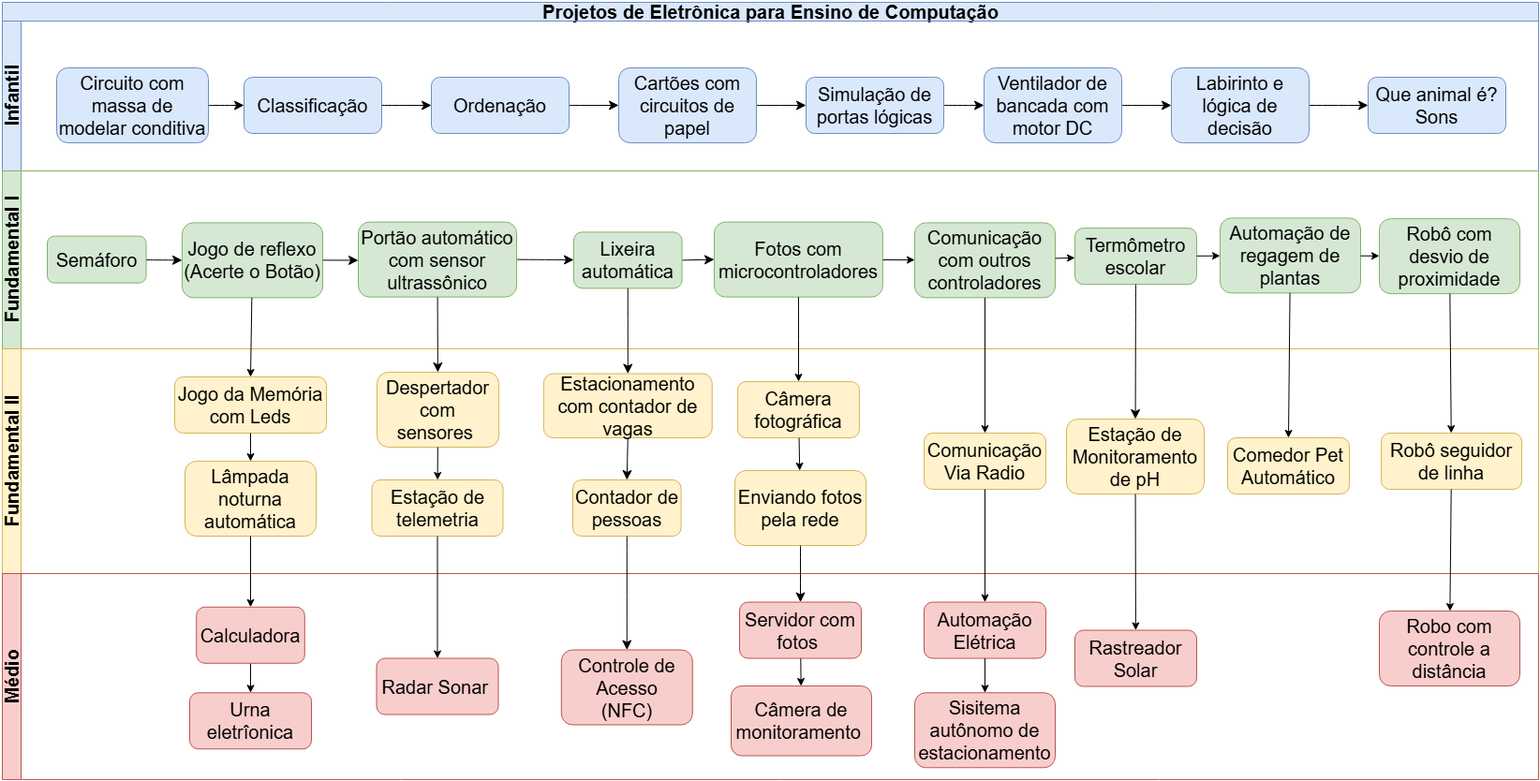
The draw.io diagram Projetos.png in Caduleal/ManualDidaticoComputacao, before a commit. Source tidied: cells renumbered, new cells last; positions are measured from the earlier drawing's top-left corner, leaving out a move shared by most shapes.
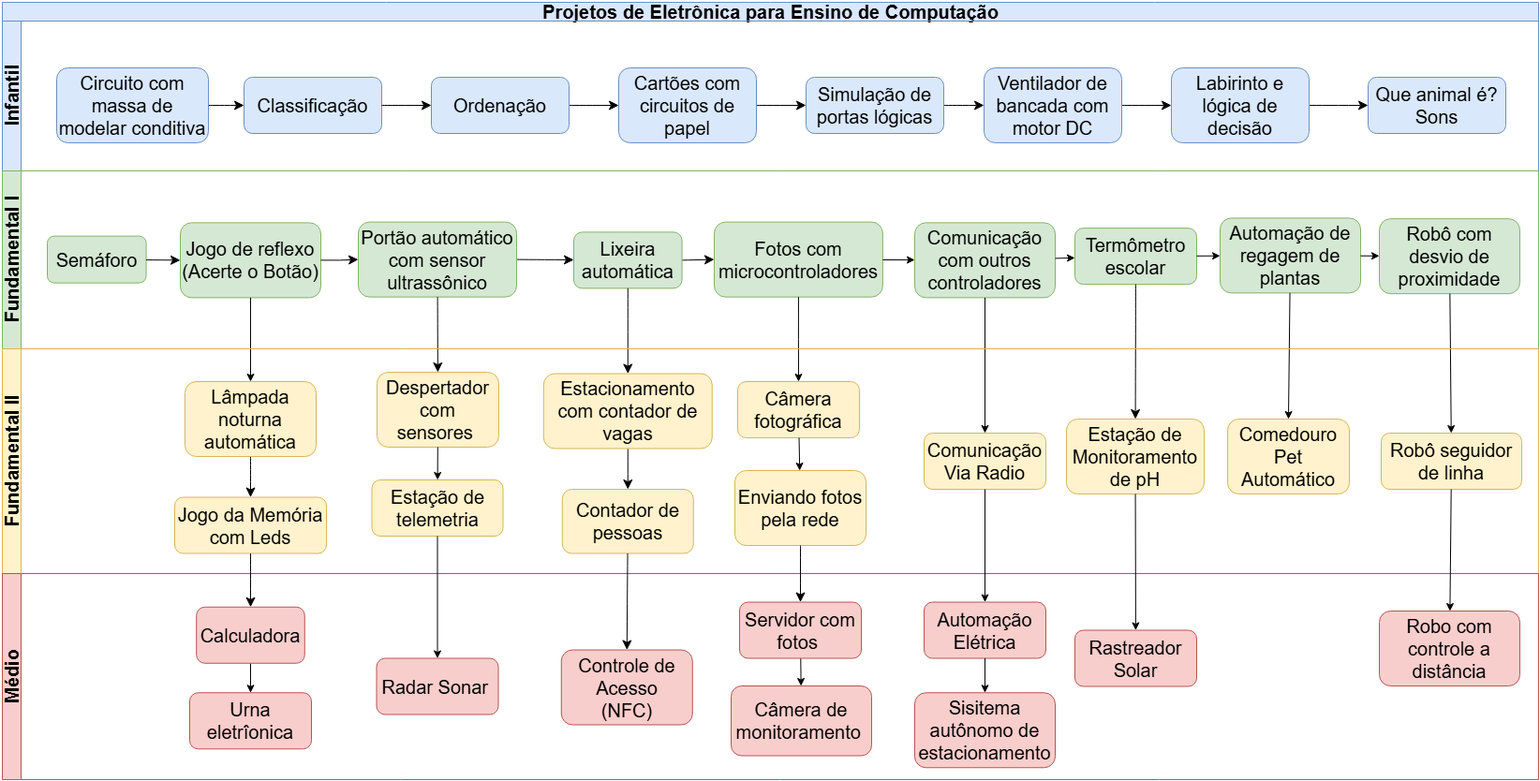
Above is the later version.

The edit, as a diff of the source:
```diff
@@ -75,7 +75,7 @@
       <mxGeometry relative="1" as="geometry" />
     </mxCell>
     <mxCell id="26" value="Jogo de reflexo&lt;br&gt;(Acerte o Botão)" style="rounded=1;whiteSpace=wrap;html=1;fontSize=20;fillColor=#d5e8d4;strokeColor=#82b366;" parent="19" vertex="1">
-      <mxGeometry x="192" y="55.4" width="150" height="80" as="geometry" />
+      <mxGeometry x="190" y="55.4" width="150" height="80" as="geometry" />
     </mxCell>
     <mxCell id="27" style="edgeStyle=none;curved=1;rounded=0;jettySize=auto;html=1;entryX=0;entryY=0.5;entryDx=0;entryDy=0;fontSize=20;startSize=8;endSize=8;" parent="19" edge="1" source="22" target="26">
       <mxGeometry relative="1" as="geometry" />
@@ -107,80 +107,80 @@
     <mxCell id="36" style="edgeStyle=none;rounded=0;jettySize=auto;html=1;fontSize=20;" parent="19" edge="1" source="33" target="29">
       <mxGeometry relative="1" as="geometry" />
     </mxCell>
-    <mxCell id="37" value="Fundamental II" style="swimlane;startSize=20;horizontal=0;html=1;fontSize=20;fillColor=#fff2cc;strokeColor=#d6b656;" parent="2" vertex="1">
-      <mxGeometry y="370" width="1640" height="240" as="geometry" />
+    <mxCell id="37" style="edgeStyle=none;rounded=0;jettySize=auto;html=1;entryX=0.5;entryY=0;entryDx=0;entryDy=0;fontSize=20;" parent="2" edge="1" source="26" target="48">
+      <mxGeometry relative="1" as="geometry" />
     </mxCell>
-    <mxCell id="38" value="Jogo da Memória com Leds" style="rounded=1;whiteSpace=wrap;html=1;fontSize=20;fillColor=#fff2cc;strokeColor=#d6b656;" parent="37" vertex="1">
-      <mxGeometry x="184" y="30" width="162" height="60" as="geometry" />
+    <mxCell id="38" style="edgeStyle=orthogonalEdgeStyle;rounded=0;jettySize=auto;html=1;exitX=0.5;exitY=1;exitDx=0;exitDy=0;fontSize=20;" parent="2" edge="1" source="34" target="50">
+      <mxGeometry relative="1" as="geometry" />
     </mxCell>
-    <mxCell id="39" value="Contador de pessoas" style="rounded=1;whiteSpace=wrap;html=1;fontSize=20;fillColor=#fff2cc;strokeColor=#d6b656;" parent="37" vertex="1">
-      <mxGeometry x="609" y="140" width="115.6" height="60" as="geometry" />
+    <mxCell id="39" style="edgeStyle=none;curved=1;rounded=0;jettySize=auto;html=1;fontSize=20;startSize=8;endSize=8;" parent="2" edge="1" source="32" target="53">
+      <mxGeometry relative="1" as="geometry" />
     </mxCell>
-    <mxCell id="40" value="Lâmpada noturna automática" style="rounded=1;whiteSpace=wrap;html=1;fontSize=20;fillColor=#fff2cc;strokeColor=#d6b656;" parent="37" vertex="1">
-      <mxGeometry x="195" y="120" width="140" height="80" as="geometry" />
+    <mxCell id="40" style="edgeStyle=none;curved=1;rounded=0;jettySize=auto;html=1;fontSize=20;startSize=8;endSize=8;" parent="2" edge="1" source="21" target="54">
+      <mxGeometry relative="1" as="geometry" />
     </mxCell>
-    <mxCell id="41" style="edgeStyle=none;rounded=0;jettySize=auto;html=1;exitX=0.5;exitY=1;exitDx=0;exitDy=0;fontSize=20;" parent="37" edge="1" source="38" target="40">
+    <mxCell id="41" style="edgeStyle=none;rounded=0;jettySize=auto;html=1;entryX=0.5;entryY=0;entryDx=0;entryDy=0;fontSize=20;" parent="2" edge="1" source="23" target="57">
       <mxGeometry relative="1" as="geometry" />
     </mxCell>
-    <mxCell id="42" value="Enviando fotos pela rede" style="rounded=1;whiteSpace=wrap;html=1;fontSize=20;fillColor=#fff2cc;strokeColor=#d6b656;" parent="37" vertex="1">
-      <mxGeometry x="782" y="130" width="140" height="80" as="geometry" />
+    <mxCell id="42" style="edgeStyle=none;rounded=0;jettySize=auto;html=1;fontSize=20;" parent="2" edge="1" source="24" target="58">
+      <mxGeometry relative="1" as="geometry" />
     </mxCell>
-    <mxCell id="43" value="Câmera fotográfica" style="rounded=1;whiteSpace=wrap;html=1;fontSize=20;fillColor=#fff2cc;strokeColor=#d6b656;" parent="37" vertex="1">
-      <mxGeometry x="785" y="35" width="130" height="60" as="geometry" />
+    <mxCell id="43" style="edgeStyle=none;curved=1;rounded=0;jettySize=auto;html=1;fontSize=20;startSize=8;endSize=8;" parent="2" edge="1" source="29" target="59">
+      <mxGeometry relative="1" as="geometry" />
     </mxCell>
-    <mxCell id="44" style="edgeStyle=none;rounded=0;jettySize=auto;html=1;fontSize=20;" parent="37" edge="1" source="43" target="42">
+    <mxCell id="44" style="edgeStyle=none;rounded=0;jettySize=auto;html=1;fontSize=20;" parent="2" edge="1" source="33" target="60">
       <mxGeometry relative="1" as="geometry" />
     </mxCell>
-    <mxCell id="45" style="edgeStyle=none;curved=1;rounded=0;jettySize=auto;html=1;exitX=0.5;exitY=1;exitDx=0;exitDy=0;entryX=0.5;entryY=0;entryDx=0;entryDy=0;fontSize=20;startSize=8;endSize=8;" parent="37" edge="1" source="46" target="39">
-      <mxGeometry relative="1" as="geometry" />
+    <mxCell id="45" value="Fundamental II" style="swimlane;startSize=20;horizontal=0;html=1;fontSize=20;fillColor=#fff2cc;strokeColor=#d6b656;" parent="2" vertex="1">
+      <mxGeometry y="370" width="1640" height="240" as="geometry" />
     </mxCell>
-    <mxCell id="46" value="Estacionamento com contador de vagas" style="rounded=1;whiteSpace=wrap;html=1;fontSize=20;fillColor=#fff2cc;strokeColor=#d6b656;" parent="37" vertex="1">
-      <mxGeometry x="577.8" y="26.5" width="179.9" height="68.5" as="geometry" />
+    <mxCell id="46" value="Contador de pessoas" style="rounded=1;whiteSpace=wrap;html=1;fontSize=20;fillColor=#fff2cc;strokeColor=#d6b656;" parent="45" vertex="1">
+      <mxGeometry x="597.8" y="150" width="140" height="68.5" as="geometry" />
     </mxCell>
-    <mxCell id="47" value="Despertador com sensores&amp;nbsp;" style="rounded=1;whiteSpace=wrap;html=1;fontSize=20;fillColor=#fff2cc;strokeColor=#d6b656;" parent="37" vertex="1">
-      <mxGeometry x="400" y="25" width="130" height="80" as="geometry" />
+    <mxCell id="47" style="edgeStyle=none;curved=1;rounded=0;curveGeometry=1;jettySize=auto;html=1;exitX=0.5;exitY=1;exitDx=0;exitDy=0;entryX=0.5;entryY=0;entryDx=0;entryDy=0;fontSize=12;startSize=8;endSize=8;" parent="45" edge="1" source="48" target="61">
+      <mxGeometry relative="1" as="geometry" />
     </mxCell>
-    <mxCell id="48" value="Estação de telemetria" style="rounded=1;whiteSpace=wrap;html=1;fontSize=20;fillColor=#fff2cc;strokeColor=#d6b656;" parent="37" vertex="1">
-      <mxGeometry x="394.5" y="140" width="140" height="60" as="geometry" />
+    <mxCell id="48" value="Lâmpada noturna automática" style="rounded=1;whiteSpace=wrap;html=1;fontSize=20;fillColor=#fff2cc;strokeColor=#d6b656;" parent="45" vertex="1">
+      <mxGeometry x="195" y="35" width="140" height="80" as="geometry" />
     </mxCell>
-    <mxCell id="49" style="edgeStyle=none;rounded=0;jettySize=auto;html=1;fontSize=20;" parent="37" edge="1" source="47" target="48">
-      <mxGeometry relative="1" as="geometry" />
+    <mxCell id="49" value="Enviando fotos pela rede" style="rounded=1;whiteSpace=wrap;html=1;fontSize=20;fillColor=#fff2cc;strokeColor=#d6b656;" parent="45" vertex="1">
+      <mxGeometry x="782" y="130" width="140" height="80" as="geometry" />
     </mxCell>
-    <mxCell id="50" value="Comedor Pet Automático" style="rounded=1;whiteSpace=wrap;html=1;fontSize=20;fillColor=#fff2cc;strokeColor=#d6b656;" parent="37" vertex="1">
-      <mxGeometry x="1308" y="95" width="130" height="60" as="geometry" />
+    <mxCell id="50" value="Câmera fotográfica" style="rounded=1;whiteSpace=wrap;html=1;fontSize=20;fillColor=#fff2cc;strokeColor=#d6b656;" parent="45" vertex="1">
+      <mxGeometry x="785" y="35" width="130" height="60" as="geometry" />
     </mxCell>
-    <mxCell id="51" value="Robô seguidor de linha" style="rounded=1;whiteSpace=wrap;html=1;fontSize=20;fillColor=#fff2cc;strokeColor=#d6b656;" parent="37" vertex="1">
-      <mxGeometry x="1472" y="90" width="150" height="60" as="geometry" />
+    <mxCell id="51" style="edgeStyle=none;rounded=0;jettySize=auto;html=1;fontSize=20;" parent="45" edge="1" source="50" target="49">
+      <mxGeometry relative="1" as="geometry" />
     </mxCell>
-    <mxCell id="52" value="Estação de Monitoramento de pH" style="rounded=1;whiteSpace=wrap;html=1;fontSize=20;fillColor=#fff2cc;strokeColor=#d6b656;" parent="37" vertex="1">
-      <mxGeometry x="1136" y="75" width="147" height="80" as="geometry" />
+    <mxCell id="52" style="edgeStyle=none;curved=1;rounded=0;jettySize=auto;html=1;exitX=0.5;exitY=1;exitDx=0;exitDy=0;entryX=0.5;entryY=0;entryDx=0;entryDy=0;fontSize=20;startSize=8;endSize=8;" parent="45" edge="1" source="53" target="46">
+      <mxGeometry relative="1" as="geometry" />
     </mxCell>
-    <mxCell id="53" value="Comunicação Via Radio" style="rounded=1;whiteSpace=wrap;html=1;fontSize=20;fillColor=#fff2cc;strokeColor=#d6b656;" parent="37" vertex="1">
-      <mxGeometry x="984" y="90" width="130" height="60" as="geometry" />
+    <mxCell id="53" value="Estacionamento com contador de vagas" style="rounded=1;whiteSpace=wrap;html=1;fontSize=20;fillColor=#fff2cc;strokeColor=#d6b656;" parent="45" vertex="1">
+      <mxGeometry x="577.8" y="26.5" width="179.9" height="80" as="geometry" />
     </mxCell>
-    <mxCell id="54" style="edgeStyle=none;rounded=0;jettySize=auto;html=1;entryX=0.5;entryY=0;entryDx=0;entryDy=0;fontSize=20;" parent="2" edge="1" source="26" target="38">
-      <mxGeometry relative="1" as="geometry" />
+    <mxCell id="54" value="Despertador com sensores&amp;nbsp;" style="rounded=1;whiteSpace=wrap;html=1;fontSize=20;fillColor=#fff2cc;strokeColor=#d6b656;" parent="45" vertex="1">
+      <mxGeometry x="400" y="25" width="130" height="80" as="geometry" />
     </mxCell>
-    <mxCell id="55" style="edgeStyle=orthogonalEdgeStyle;rounded=0;jettySize=auto;html=1;exitX=0.5;exitY=1;exitDx=0;exitDy=0;fontSize=20;" parent="2" edge="1" source="34" target="43">
-      <mxGeometry relative="1" as="geometry" />
+    <mxCell id="55" value="Estação de telemetria" style="rounded=1;whiteSpace=wrap;html=1;fontSize=20;fillColor=#fff2cc;strokeColor=#d6b656;" parent="45" vertex="1">
+      <mxGeometry x="394.5" y="140" width="140" height="60" as="geometry" />
     </mxCell>
-    <mxCell id="56" style="edgeStyle=none;curved=1;rounded=0;jettySize=auto;html=1;fontSize=20;startSize=8;endSize=8;" parent="2" edge="1" source="32" target="46">
+    <mxCell id="56" style="edgeStyle=none;rounded=0;jettySize=auto;html=1;fontSize=20;" parent="45" edge="1" source="54" target="55">
       <mxGeometry relative="1" as="geometry" />
     </mxCell>
-    <mxCell id="57" style="edgeStyle=none;curved=1;rounded=0;jettySize=auto;html=1;fontSize=20;startSize=8;endSize=8;" parent="2" edge="1" source="21" target="47">
-      <mxGeometry relative="1" as="geometry" />
+    <mxCell id="57" value="Comedouro Pet Automático" style="rounded=1;whiteSpace=wrap;html=1;fontSize=20;fillColor=#fff2cc;strokeColor=#d6b656;" parent="45" vertex="1">
+      <mxGeometry x="1308" y="75" width="130" height="80" as="geometry" />
     </mxCell>
-    <mxCell id="58" style="edgeStyle=none;rounded=0;jettySize=auto;html=1;entryX=0.5;entryY=0;entryDx=0;entryDy=0;fontSize=20;" parent="2" edge="1" source="23" target="50">
-      <mxGeometry relative="1" as="geometry" />
+    <mxCell id="58" value="Robô seguidor de linha" style="rounded=1;whiteSpace=wrap;html=1;fontSize=20;fillColor=#fff2cc;strokeColor=#d6b656;" parent="45" vertex="1">
+      <mxGeometry x="1472" y="90" width="150" height="60" as="geometry" />
     </mxCell>
-    <mxCell id="59" style="edgeStyle=none;rounded=0;jettySize=auto;html=1;fontSize=20;" parent="2" edge="1" source="24" target="51">
-      <mxGeometry relative="1" as="geometry" />
+    <mxCell id="59" value="Estação de Monitoramento de pH" style="rounded=1;whiteSpace=wrap;html=1;fontSize=20;fillColor=#fff2cc;strokeColor=#d6b656;" parent="45" vertex="1">
+      <mxGeometry x="1136" y="75" width="147" height="80" as="geometry" />
     </mxCell>
-    <mxCell id="60" style="edgeStyle=none;curved=1;rounded=0;jettySize=auto;html=1;fontSize=20;startSize=8;endSize=8;" parent="2" edge="1" source="29" target="52">
-      <mxGeometry relative="1" as="geometry" />
+    <mxCell id="60" value="Comunicação Via Radio" style="rounded=1;whiteSpace=wrap;html=1;fontSize=20;fillColor=#fff2cc;strokeColor=#d6b656;" parent="45" vertex="1">
+      <mxGeometry x="984" y="90" width="130" height="60" as="geometry" />
     </mxCell>
-    <mxCell id="61" style="edgeStyle=none;rounded=0;jettySize=auto;html=1;fontSize=20;" parent="2" edge="1" source="33" target="53">
-      <mxGeometry relative="1" as="geometry" />
+    <mxCell id="61" value="Jogo da Memória com Leds" style="rounded=1;whiteSpace=wrap;html=1;fontSize=20;fillColor=#fff2cc;strokeColor=#d6b656;" parent="45" vertex="1">
+      <mxGeometry x="184" y="158.5" width="162" height="60" as="geometry" />
     </mxCell>
     <mxCell id="62" value="Médio" style="swimlane;startSize=20;horizontal=0;html=1;fontSize=20;fillColor=#f8cecc;strokeColor=#b85450;" parent="1" vertex="1">
       <mxGeometry y="610" width="1640" height="220" as="geometry" />
@@ -227,25 +227,25 @@
     <mxCell id="76" value="Radar Sonar&amp;nbsp;" style="rounded=1;whiteSpace=wrap;html=1;fontSize=20;fillColor=#f8cecc;strokeColor=#b85450;" parent="62" vertex="1">
       <mxGeometry x="399.5" y="90.5" width="130" height="60" as="geometry" />
     </mxCell>
-    <mxCell id="77" style="edgeStyle=none;rounded=0;jettySize=auto;html=1;exitX=0.5;exitY=1;exitDx=0;exitDy=0;fontSize=20;" parent="1" edge="1" source="40" target="66">
+    <mxCell id="77" style="edgeStyle=none;curved=1;rounded=0;jettySize=auto;html=1;fontSize=20;startSize=8;endSize=8;entryX=0.5;entryY=0;entryDx=0;entryDy=0;" parent="1" edge="1" source="46" target="63">
       <mxGeometry relative="1" as="geometry" />
     </mxCell>
-    <mxCell id="78" style="edgeStyle=none;curved=1;rounded=0;jettySize=auto;html=1;fontSize=20;startSize=8;endSize=8;entryX=0.5;entryY=0;entryDx=0;entryDy=0;" parent="1" edge="1" source="39" target="63">
+    <mxCell id="78" style="edgeStyle=none;curved=1;rounded=0;jettySize=auto;html=1;exitX=0.5;exitY=1;exitDx=0;exitDy=0;fontSize=20;startSize=8;endSize=8;" parent="1" edge="1" source="49" target="73">
       <mxGeometry relative="1" as="geometry" />
     </mxCell>
-    <mxCell id="79" style="edgeStyle=none;curved=1;rounded=0;jettySize=auto;html=1;exitX=0.5;exitY=1;exitDx=0;exitDy=0;fontSize=20;startSize=8;endSize=8;" parent="1" edge="1" source="42" target="73">
+    <mxCell id="79" style="edgeStyle=none;rounded=0;jettySize=auto;html=1;entryX=0.5;entryY=0;entryDx=0;entryDy=0;fontSize=20;" parent="1" edge="1" source="55" target="76">
       <mxGeometry relative="1" as="geometry" />
     </mxCell>
-    <mxCell id="80" style="edgeStyle=none;rounded=0;jettySize=auto;html=1;entryX=0.5;entryY=0;entryDx=0;entryDy=0;fontSize=20;" parent="1" edge="1" source="48" target="76">
+    <mxCell id="80" style="edgeStyle=none;rounded=0;jettySize=auto;html=1;fontSize=20;" parent="1" edge="1" source="58" target="64">
       <mxGeometry relative="1" as="geometry" />
     </mxCell>
-    <mxCell id="81" style="edgeStyle=none;rounded=0;jettySize=auto;html=1;fontSize=20;" parent="1" edge="1" source="51" target="64">
+    <mxCell id="81" style="edgeStyle=none;rounded=0;jettySize=auto;html=1;fontSize=20;" parent="1" edge="1" source="59" target="71">
       <mxGeometry relative="1" as="geometry" />
     </mxCell>
-    <mxCell id="82" style="edgeStyle=none;rounded=0;jettySize=auto;html=1;fontSize=20;" parent="1" edge="1" source="52" target="71">
+    <mxCell id="82" style="edgeStyle=none;rounded=0;jettySize=auto;html=1;fontSize=20;" parent="1" edge="1" source="60" target="68">
       <mxGeometry relative="1" as="geometry" />
     </mxCell>
-    <mxCell id="83" style="edgeStyle=none;rounded=0;jettySize=auto;html=1;fontSize=20;" parent="1" edge="1" source="53" target="68">
+    <mxCell id="83" style="edgeStyle=none;curved=1;rounded=0;curveGeometry=1;jettySize=auto;html=1;exitX=0.5;exitY=1;exitDx=0;exitDy=0;entryX=0.5;entryY=0;entryDx=0;entryDy=0;fontSize=12;startSize=8;endSize=8;" parent="1" edge="1" source="61" target="66">
       <mxGeometry relative="1" as="geometry" />
     </mxCell>
   </root>
```
